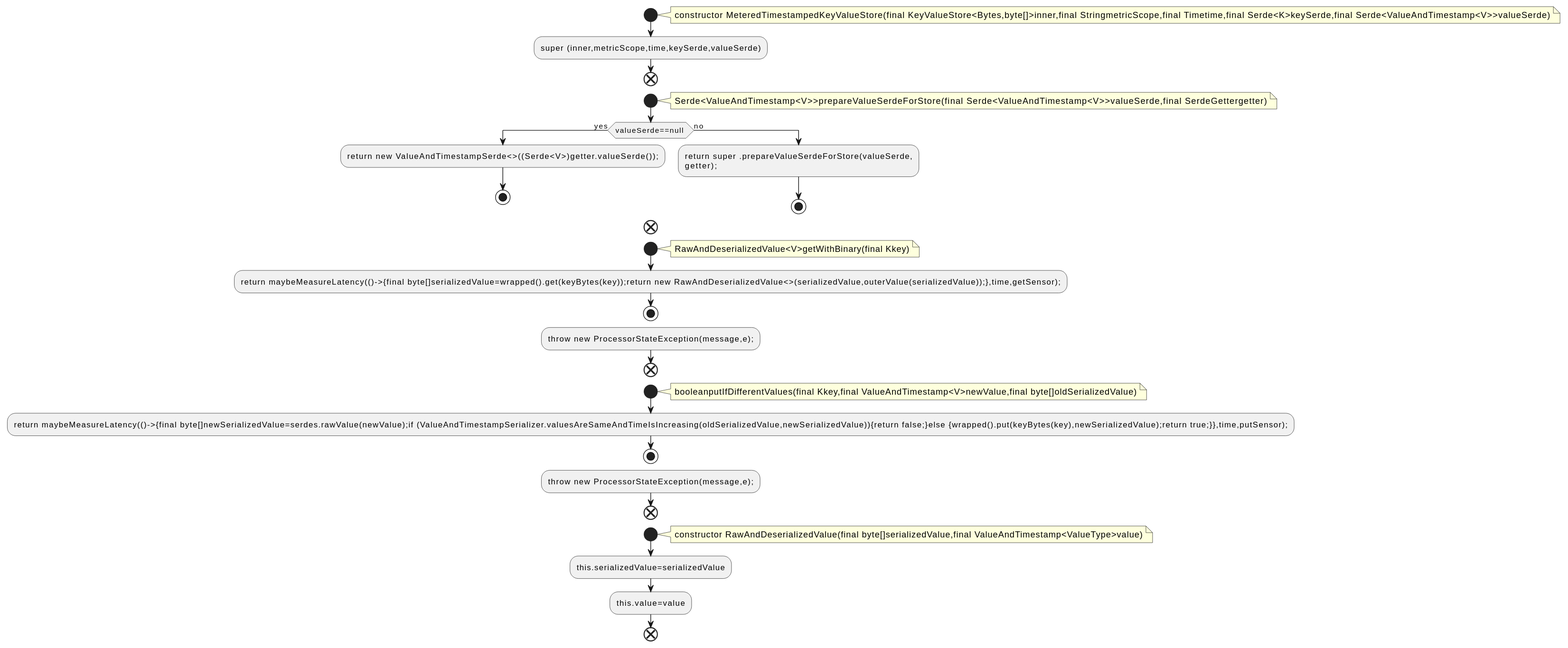
qualitesys/kafka keeps this PlantUML diagram as docs/qc/streams/src/main/java/org/apache/kafka/streams/state/internals/MeteredTimestampedKeyValueStore.java.fct.svg. Above is the earlier version.
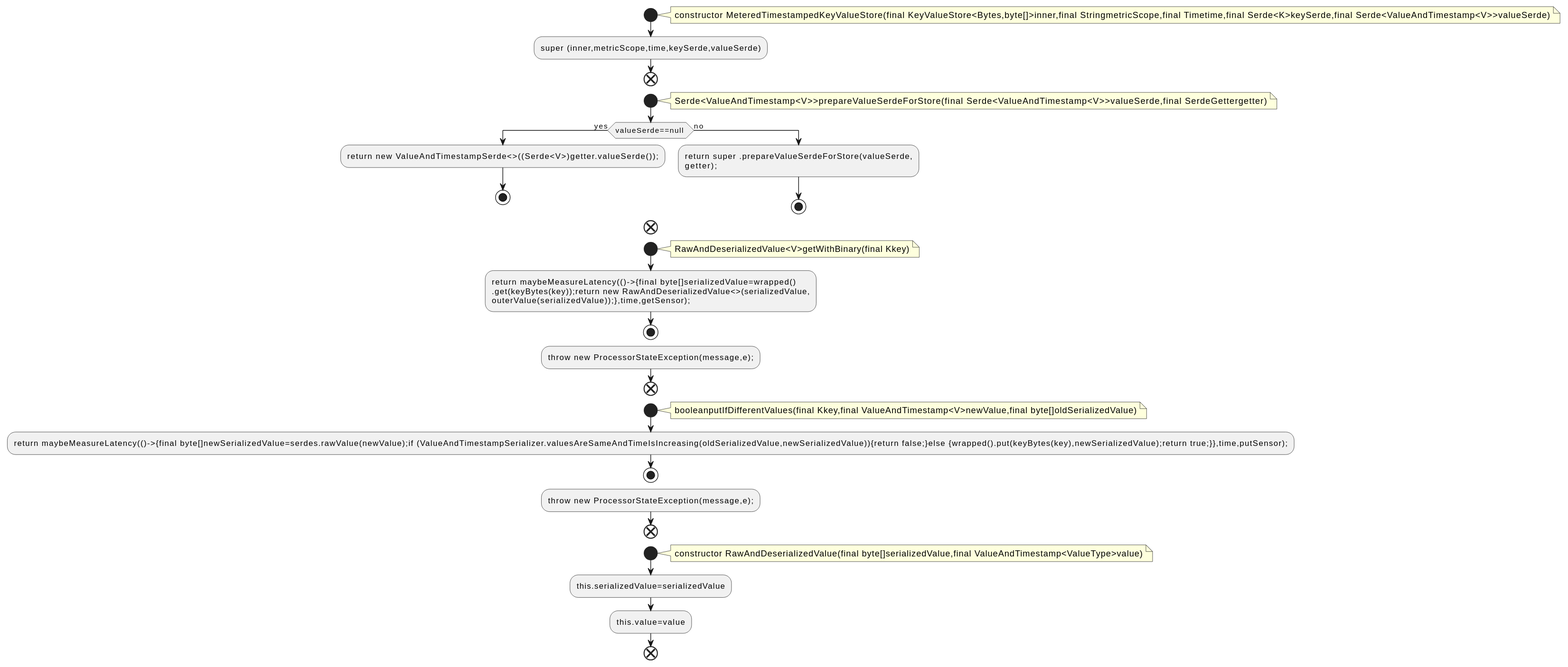
After the commit.

What changed in the source:
```diff
@@ -23,7 +23,9 @@
 note right
 RawAndDeserializedValue<V>getWithBinary(final Kkey)
 end note
-:return maybeMeasureLatency(()->{final byte[]serializedValue=wrapped().get(keyBytes(key));return new RawAndDeserializedValue<>(serializedValue,outerValue(serializedValue));},time,getSensor);;
+:return maybeMeasureLatency(()->{final byte[]serializedValue=wrapped()
+.get(keyBytes(key));return new RawAndDeserializedValue<>(serializedValue,
+outerValue(serializedValue));},time,getSensor);;
 stop
 :throw new ProcessorStateException(message,e);;
 end
```
